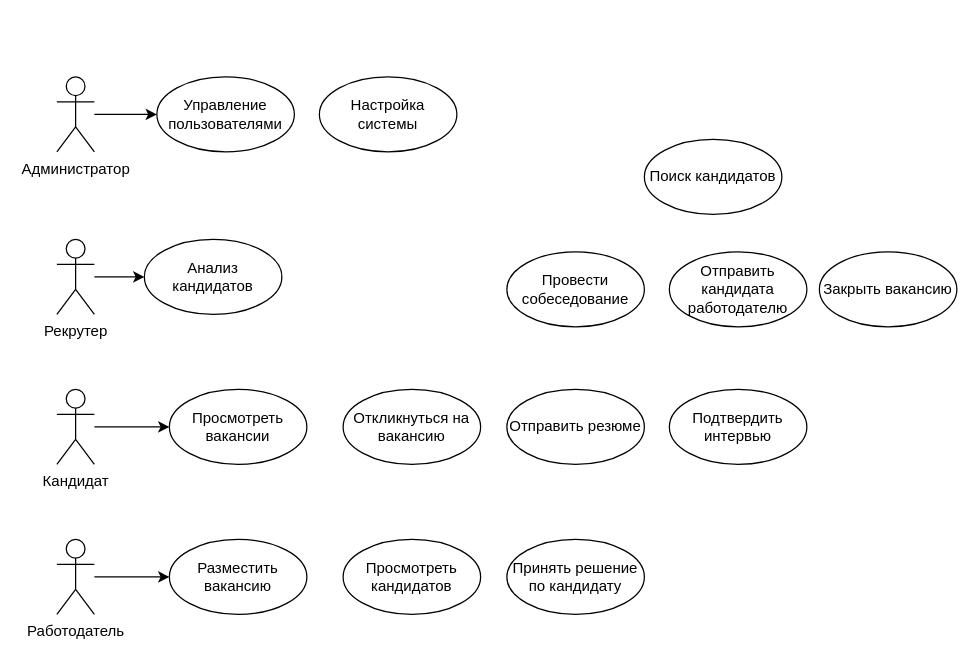
Regdal-cyber/Coursework keeps this draw.io diagram as Диаграмма_вариантов.drawio. Above is the earlier version. Source tidied: cells renumbered, new cells numbered last; positions are measured from the earlier drawing's top-left corner, leaving out a move shared by most shapes. Both pictures are drawn from the tidied source at 125%, with x=0, y=0 at pixel (56, 76).
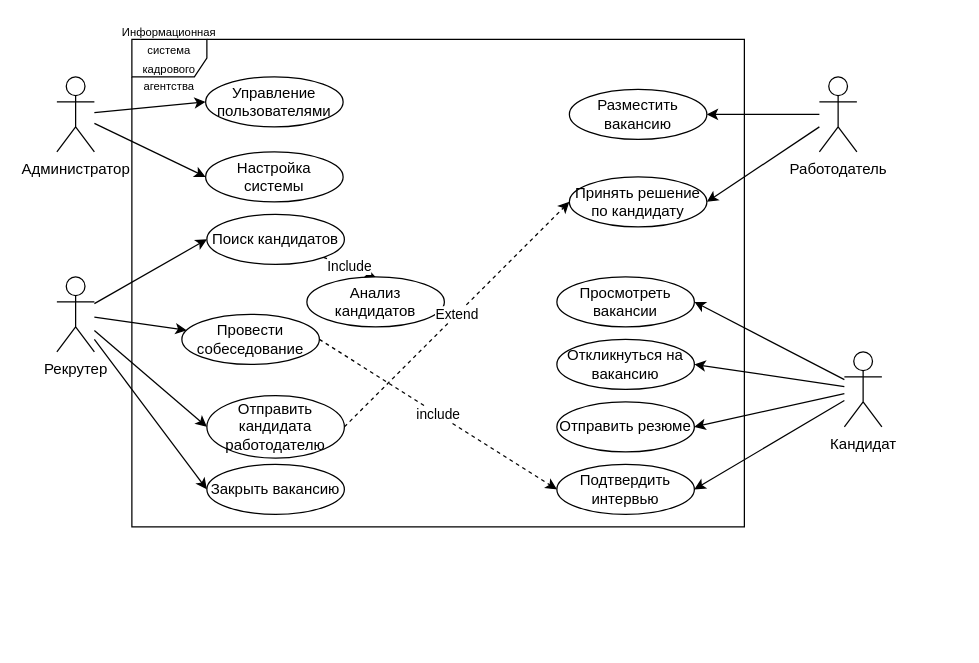
Above is the later version.

Unchanged cells that the change refers to:
```xml
<mxCell id="5" value="Админис&lt;span style=&quot;background-color: transparent; color: light-dark(rgb(0, 0, 0), rgb(255, 255, 255));&quot;&gt;тратор&lt;/span&gt;" style="shape=umlActor;verticalLabelPosition=bottom;verticalAlign=top;html=1;" parent="1" vertex="1">
  <mxGeometry width="30" height="60" as="geometry" />
</mxCell>
```

Diff of the diagram source:
```diff
@@
-    <mxCell id="2" style="edgeStyle=orthogonalEdgeStyle;rounded=0;jettySize=auto;html=1;entryX=0;entryY=0.5;entryDx=0;entryDy=0;" parent="1" edge="1" source="3" target="10">
+    <mxCell id="2" style="edgeStyle=none;rounded=0;jettySize=auto;html=1;entryX=1;entryY=0.5;entryDx=0;entryDy=0;" parent="1" edge="1" source="3" target="10">
       <mxGeometry relative="1" as="geometry" />
     </mxCell>
+    <mxCell id="24" style="edgeStyle=none;rounded=0;jettySize=auto;html=1;entryX=1;entryY=0.5;entryDx=0;entryDy=0;" parent="1" edge="1" source="3" target="12">
+      <mxGeometry relative="1" as="geometry" />
+    </mxCell>
     <mxCell id="3" value="Работодатель" style="shape=umlActor;verticalLabelPosition=bottom;verticalAlign=top;html=1;" parent="1" vertex="1">
-      <mxGeometry y="370" width="30" height="60" as="geometry" />
+      <mxGeometry x="610" width="30" height="60" as="geometry" />
     </mxCell>
-    <mxCell id="4" style="edgeStyle=orthogonalEdgeStyle;rounded=0;jettySize=auto;html=1;entryX=0;entryY=0.5;entryDx=0;entryDy=0;" parent="1" edge="1" source="5" target="22">
+    <mxCell id="4" style="rounded=0;jettySize=auto;html=1;entryX=0;entryY=0.5;entryDx=0;entryDy=0;" parent="1" edge="1" source="5" target="22">
       <mxGeometry relative="1" as="geometry" />
     </mxCell>
+    <mxCell id="25" style="edgeStyle=none;rounded=0;jettySize=auto;html=1;entryX=0;entryY=0.5;entryDx=0;entryDy=0;" parent="1" edge="1" source="5" target="23">
+      <mxGeometry relative="1" as="geometry" />
+    </mxCell>
@@
-    <mxCell id="6" style="edgeStyle=orthogonalEdgeStyle;rounded=0;jettySize=auto;html=1;entryX=0;entryY=0.5;entryDx=0;entryDy=0;" parent="1" edge="1" source="7" target="18">
-      <mxGeometry relative="1" as="geometry" />
-    </mxCell>
+    <mxCell id="26" style="edgeStyle=none;rounded=0;jettySize=auto;html=1;entryX=0;entryY=0.5;entryDx=0;entryDy=0;" parent="1" edge="1" source="7" target="17">
+      <mxGeometry relative="1" as="geometry" />
+    </mxCell>
+    <mxCell id="27" style="edgeStyle=none;rounded=0;jettySize=auto;html=1;entryX=0;entryY=0.5;entryDx=0;entryDy=0;" parent="1" edge="1" source="7" target="21">
+      <mxGeometry relative="1" as="geometry" />
+    </mxCell>
+    <mxCell id="28" style="edgeStyle=none;rounded=0;jettySize=auto;html=1;entryX=0;entryY=0.5;entryDx=0;entryDy=0;" parent="1" edge="1" source="7" target="20">
+      <mxGeometry relative="1" as="geometry" />
+    </mxCell>
     <mxCell id="7" value="Рекрутер" style="shape=umlActor;verticalLabelPosition=bottom;verticalAlign=top;html=1;" parent="1" vertex="1">
-      <mxGeometry y="130" width="30" height="60" as="geometry" />
+      <mxGeometry y="160" width="30" height="60" as="geometry" />
     </mxCell>
-    <mxCell id="8" style="edgeStyle=orthogonalEdgeStyle;rounded=0;jettySize=auto;html=1;entryX=0;entryY=0.5;entryDx=0;entryDy=0;" parent="1" edge="1" source="9" target="13">
+    <mxCell id="8" style="rounded=0;jettySize=auto;html=1;entryX=1;entryY=0.5;entryDx=0;entryDy=0;" parent="1" edge="1" source="9" target="13">
       <mxGeometry relative="1" as="geometry" />
     </mxCell>
+    <mxCell id="29" style="edgeStyle=none;rounded=0;jettySize=auto;html=1;entryX=1;entryY=0.5;entryDx=0;entryDy=0;" parent="1" edge="1" source="9" target="14">
+      <mxGeometry relative="1" as="geometry" />
+    </mxCell>
+    <mxCell id="30" style="edgeStyle=none;rounded=0;jettySize=auto;html=1;entryX=1;entryY=0.5;entryDx=0;entryDy=0;" parent="1" edge="1" source="9" target="15">
+      <mxGeometry relative="1" as="geometry" />
+    </mxCell>
+    <mxCell id="31" style="edgeStyle=none;rounded=0;jettySize=auto;html=1;entryX=1;entryY=0.5;entryDx=0;entryDy=0;" parent="1" edge="1" source="9" target="16">
+      <mxGeometry relative="1" as="geometry" />
+    </mxCell>
     <mxCell id="9" value="Кандидат" style="shape=umlActor;verticalLabelPosition=bottom;verticalAlign=top;html=1;" parent="1" vertex="1">
-      <mxGeometry y="250" width="30" height="60" as="geometry" />
+      <mxGeometry x="630" y="220" width="30" height="60" as="geometry" />
     </mxCell>
     <mxCell id="10" value="Разместить вакансию" style="ellipse;whiteSpace=wrap;html=1;" parent="1" vertex="1">
-      <mxGeometry x="90" y="370" width="110" height="60" as="geometry" />
+      <mxGeometry x="410" y="10" width="110" height="40" as="geometry" />
     </mxCell>
-    <mxCell id="11" value="Просмотреть кандидатов" style="ellipse;whiteSpace=wrap;html=1;" parent="1" vertex="1">
-      <mxGeometry x="229" y="370" width="110" height="60" as="geometry" />
-    </mxCell>
     <mxCell id="12" value="Принять решение по кандидату" style="ellipse;whiteSpace=wrap;html=1;" parent="1" vertex="1">
-      <mxGeometry x="360" y="370" width="110" height="60" as="geometry" />
+      <mxGeometry x="410" y="80" width="110" height="40" as="geometry" />
     </mxCell>
     <mxCell id="13" value="Просмотреть вакансии" style="ellipse;whiteSpace=wrap;html=1;" parent="1" vertex="1">
-      <mxGeometry x="90" y="250" width="110" height="60" as="geometry" />
+      <mxGeometry x="400" y="160" width="110" height="40" as="geometry" />
     </mxCell>
     <mxCell id="14" value="Откликнуться на вакансию" style="ellipse;whiteSpace=wrap;html=1;" parent="1" vertex="1">
-      <mxGeometry x="229" y="250" width="110" height="60" as="geometry" />
+      <mxGeometry x="400" y="210" width="110" height="40" as="geometry" />
     </mxCell>
     <mxCell id="15" value="Отправить резюме" style="ellipse;whiteSpace=wrap;html=1;" parent="1" vertex="1">
-      <mxGeometry x="360" y="250" width="110" height="60" as="geometry" />
+      <mxGeometry x="400" y="260" width="110" height="40" as="geometry" />
     </mxCell>
     <mxCell id="16" value="Подтвердить интервью" style="ellipse;whiteSpace=wrap;html=1;" parent="1" vertex="1">
-      <mxGeometry x="490" y="250" width="110" height="60" as="geometry" />
+      <mxGeometry x="400" y="310" width="110" height="40" as="geometry" />
     </mxCell>
+    <mxCell id="32" value="Include" style="edgeStyle=none;rounded=0;jettySize=auto;html=1;entryX=0.5;entryY=0;entryDx=0;entryDy=0;dashed=1;" parent="1" edge="1" source="17" target="18">
+      <mxGeometry relative="1" as="geometry" />
+    </mxCell>
     <mxCell id="17" value="Поиск кандидатов" style="ellipse;whiteSpace=wrap;html=1;" parent="1" vertex="1">
-      <mxGeometry x="470" y="50" width="110" height="60" as="geometry" />
+      <mxGeometry x="120" y="110" width="110" height="40" as="geometry" />
     </mxCell>
+    <mxCell id="33" style="edgeStyle=none;rounded=0;jettySize=auto;html=1;" parent="1" edge="1" source="7" target="19">
+      <mxGeometry relative="1" as="geometry" />
+    </mxCell>
     <mxCell id="18" value="Анализ кандидатов" style="ellipse;whiteSpace=wrap;html=1;" parent="1" vertex="1">
-      <mxGeometry x="70" y="130" width="110" height="60" as="geometry" />
+      <mxGeometry x="200" y="160" width="110" height="40" as="geometry" />
     </mxCell>
+    <mxCell id="34" value="include" style="edgeStyle=none;rounded=0;jettySize=auto;html=1;entryX=0;entryY=0.5;entryDx=0;entryDy=0;exitX=1;exitY=0.5;exitDx=0;exitDy=0;dashed=1;" parent="1" edge="1" source="19" target="16">
+      <mxGeometry relative="1" as="geometry" />
+    </mxCell>
     <mxCell id="19" value="Провести собеседование" style="ellipse;whiteSpace=wrap;html=1;" parent="1" vertex="1">
-      <mxGeometry x="360" y="140" width="110" height="60" as="geometry" />
+      <mxGeometry x="100" y="190" width="110" height="40" as="geometry" />
     </mxCell>
+    <mxCell id="35" value="Extend" style="edgeStyle=none;rounded=0;jettySize=auto;html=1;entryX=0;entryY=0.5;entryDx=0;entryDy=0;dashed=1;exitX=1;exitY=0.5;exitDx=0;exitDy=0;" parent="1" edge="1" source="20" target="12">
+      <mxGeometry relative="1" as="geometry" />
+    </mxCell>
     <mxCell id="20" value="Отправить кандидата работодателю" style="ellipse;whiteSpace=wrap;html=1;" parent="1" vertex="1">
-      <mxGeometry x="490" y="140" width="110" height="60" as="geometry" />
+      <mxGeometry x="120" y="255" width="110" height="50" as="geometry" />
     </mxCell>
     <mxCell id="21" value="Закрыть вакансию" style="ellipse;whiteSpace=wrap;html=1;" parent="1" vertex="1">
-      <mxGeometry x="610" y="140" width="110" height="60" as="geometry" />
+      <mxGeometry x="120" y="310" width="110" height="40" as="geometry" />
     </mxCell>
     <mxCell id="22" value="Управление пользователями" style="ellipse;whiteSpace=wrap;html=1;" parent="1" vertex="1">
-      <mxGeometry x="80" width="110" height="60" as="geometry" />
+      <mxGeometry x="119" width="110" height="40" as="geometry" />
     </mxCell>
     <mxCell id="23" value="Настройка системы" style="ellipse;whiteSpace=wrap;html=1;" parent="1" vertex="1">
-      <mxGeometry x="210" width="110" height="60" as="geometry" />
+      <mxGeometry x="119" y="60" width="110" height="40" as="geometry" />
     </mxCell>
+    <mxCell id="36" value="&lt;font style=&quot;font-size: 9px;&quot;&gt;Информационная система кадрового агентства&lt;/font&gt;" style="shape=umlFrame;whiteSpace=wrap;html=1;" parent="1" vertex="1">
+      <mxGeometry x="60" y="-30" width="490" height="390" as="geometry" />
+    </mxCell>
```
